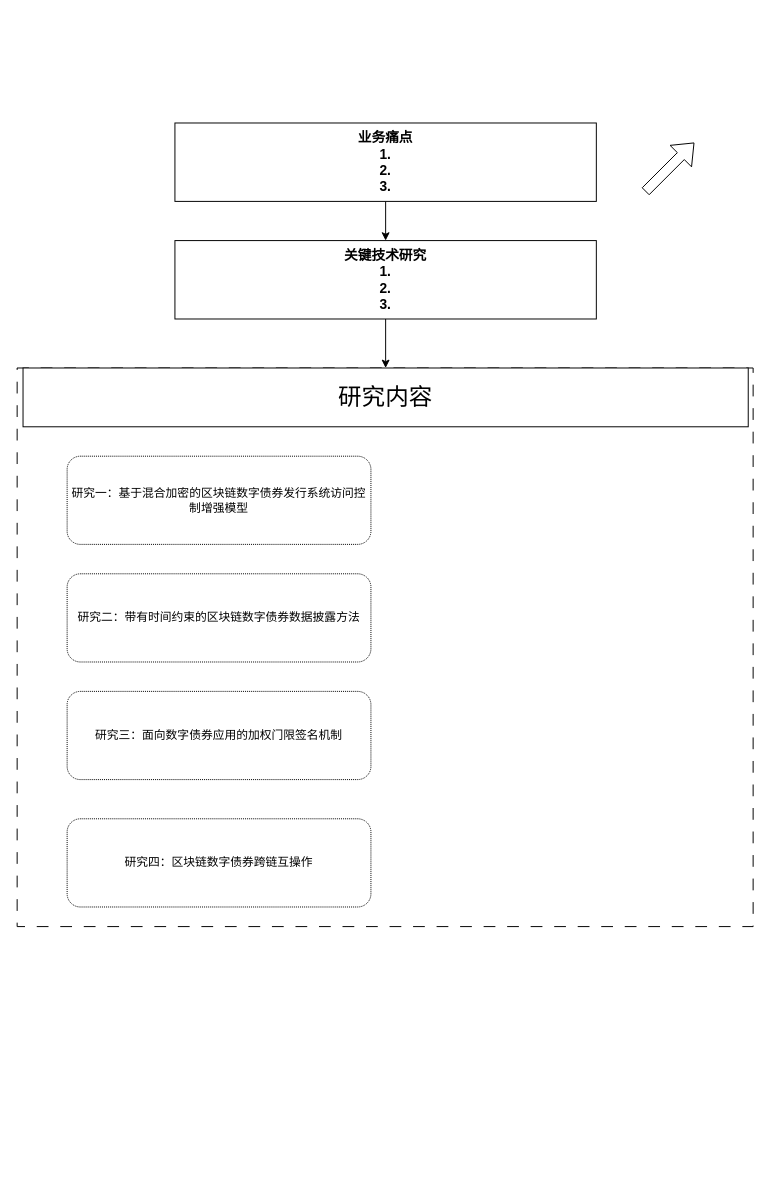
This is 未命名绘图.drawio from ldwaiwai/learn-chaincode, a draw.io file, before an edit. Source tidied: cells renumbered, new cells numbered last; positions are measured from the earlier drawing's top-left corner, leaving out a move shared by most shapes. Both pictures are drawn from the tidied source at 98%, with x=0, y=0 at pixel (17, 122).
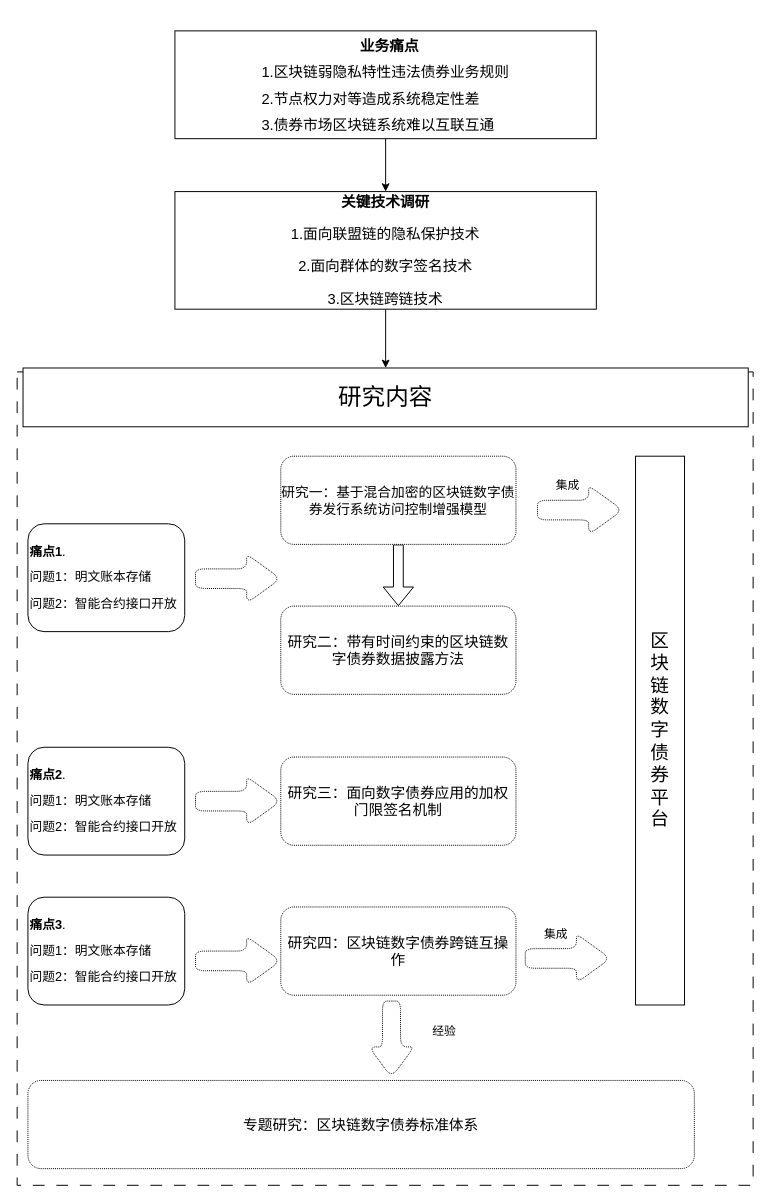
Above is the later version.

Commit message:
更新未命名绘图.drawio

The edit, as a diff of the source:
```diff
@@
-    <mxCell id="3" value="&lt;b&gt;&lt;font style=&quot;font-size: 14px;&quot;&gt;业务痛点&lt;br&gt;1.&lt;br&gt;2.&lt;br&gt;3.&lt;br&gt;&lt;/font&gt;&lt;/b&gt;" style="rounded=0;whiteSpace=wrap;html=1;" parent="1" vertex="1">
-      <mxGeometry x="161" width="430" height="80" as="geometry" />
+    <mxCell id="3" value="&lt;p style=&quot;line-height: 190%;&quot;&gt;&lt;/p&gt;&lt;div style=&quot;line-height: 180%;&quot;&gt;&lt;b style=&quot;background-color: initial;&quot;&gt;&amp;nbsp; 业务痛点&lt;/b&gt;&lt;/div&gt;&lt;div style=&quot;text-align: justify; line-height: 180%;&quot;&gt;&lt;span style=&quot;background-color: initial;&quot;&gt;1.区块链弱隐私特性违法债券业务规则&lt;/span&gt;&lt;/div&gt;&lt;div style=&quot;text-align: justify; line-height: 180%;&quot;&gt;&lt;span style=&quot;background-color: initial;&quot;&gt;2.节点权力对等造成系统稳定性差&lt;/span&gt;&lt;/div&gt;&lt;div style=&quot;text-align: justify; line-height: 180%;&quot;&gt;&lt;span style=&quot;background-color: initial;&quot;&gt;3.债券市场区块链系统难以互联互通&lt;/span&gt;&lt;/div&gt;&lt;p&gt;&lt;/p&gt;" style="rounded=0;whiteSpace=wrap;html=1;align=center;fontSize=15;spacing=6;" parent="1" vertex="1">
+      <mxGeometry x="161" y="-94" width="430" height="110" as="geometry" />
     </mxCell>
@@
-    <mxCell id="5" value="&lt;b&gt;&lt;font style=&quot;font-size: 14px;&quot;&gt;关键技术研究&lt;br&gt;1.&lt;br&gt;2.&lt;br&gt;3.&lt;br&gt;&lt;/font&gt;&lt;/b&gt;" style="rounded=0;whiteSpace=wrap;html=1;" parent="1" vertex="1">
-      <mxGeometry x="161" y="120" width="430" height="80" as="geometry" />
+    <mxCell id="5" value="&lt;p style=&quot;line-height: 120%;&quot;&gt;&lt;font style=&quot;font-size: 15px;&quot;&gt;&lt;b&gt;关键技术调研&lt;/b&gt;&lt;/font&gt;&lt;/p&gt;&lt;p style=&quot;line-height: 120%;&quot;&gt;&lt;span style=&quot;background-color: initial;&quot;&gt;1.面向联盟链的隐私保护技术&lt;/span&gt;&lt;/p&gt;&lt;p style=&quot;line-height: 120%;&quot;&gt;&lt;span style=&quot;background-color: initial; text-align: justify;&quot;&gt;2.面向群体的数字签名技术&lt;/span&gt;&lt;/p&gt;&lt;p style=&quot;line-height: 120%;&quot;&gt;&lt;span style=&quot;background-color: initial; text-align: justify;&quot;&gt;3.区块链跨链技术&lt;/span&gt;&lt;/p&gt;&lt;p&gt;&lt;/p&gt;" style="rounded=0;whiteSpace=wrap;html=1;fontSize=15;" parent="1" vertex="1">
+      <mxGeometry x="161" y="70" width="430" height="120" as="geometry" />
     </mxCell>
     <mxCell id="6" style="rounded=0;whiteSpace=wrap;html=1;dashed=1;dashPattern=12 12;" parent="1" vertex="1">
-      <mxGeometry y="250" width="751" height="570" as="geometry" />
+      <mxGeometry y="254" width="751" height="830" as="geometry" />
     </mxCell>
@@
-    <mxCell id="8" style="shape=flexArrow;endArrow=classic;html=1;rounded=0;" parent="1" edge="1">
-      <mxGeometry relative="1" as="geometry">
-        <mxPoint x="641" y="70" as="sourcePoint" />
-        <mxPoint x="691" y="20" as="targetPoint" />
-      </mxGeometry>
+    <mxCell id="8" style="shape=flexArrow;endArrow=classic;html=1;rounded=0;exitX=0.5;exitY=1;exitDx=0;exitDy=0;" parent="1" edge="1" source="9" target="10">
+      <mxGeometry relative="1" as="geometry" />
     </mxCell>
-    <mxCell id="9" value="研究一：基于混合加密的区块链数字债券发行系统访问控制增强模型" style="rounded=1;whiteSpace=wrap;html=1;dashed=1;dashPattern=1 1;" parent="1" vertex="1">
-      <mxGeometry x="51" y="340" width="310" height="90" as="geometry" />
+    <mxCell id="9" value="研究一：基于混合加密的区块链数字债券发行系统访问控制增强模型" style="rounded=1;whiteSpace=wrap;html=1;dashed=1;dashPattern=1 1;fontSize=14;" parent="1" vertex="1">
+      <mxGeometry x="269" y="340" width="240" height="90" as="geometry" />
     </mxCell>
-    <mxCell id="10" value="研究二：带有时间约束的区块链数字债券数据披露方法" style="rounded=1;whiteSpace=wrap;html=1;dashed=1;dashPattern=1 1;" parent="1" vertex="1">
-      <mxGeometry x="51" y="460" width="310" height="90" as="geometry" />
+    <mxCell id="10" value="研究二：带有时间约束的区块链数字债券数据披露方法" style="rounded=1;whiteSpace=wrap;html=1;dashed=1;dashPattern=1 1;fontSize=15;" parent="1" vertex="1">
+      <mxGeometry x="269" y="493" width="240" height="90" as="geometry" />
     </mxCell>
-    <mxCell id="11" value="研究三：面向数字债券应用的加权门限签名机制" style="rounded=1;whiteSpace=wrap;html=1;dashed=1;dashPattern=1 1;" parent="1" vertex="1">
-      <mxGeometry x="51" y="580" width="310" height="90" as="geometry" />
+    <mxCell id="11" value="研究三：面向数字债券应用的加权门限签名机制" style="rounded=1;whiteSpace=wrap;html=1;dashed=1;dashPattern=1 1;fontSize=15;" parent="1" vertex="1">
+      <mxGeometry x="269" y="647" width="240" height="90" as="geometry" />
     </mxCell>
-    <mxCell id="12" value="研究四：区块链数字债券跨链互操作" style="rounded=1;whiteSpace=wrap;html=1;dashed=1;dashPattern=1 1;" parent="1" vertex="1">
-      <mxGeometry x="51" y="710" width="310" height="90" as="geometry" />
+    <mxCell id="12" value="研究四：区块链数字债券跨链互操作" style="rounded=1;whiteSpace=wrap;html=1;dashed=1;dashPattern=1 1;fontSize=15;" parent="1" vertex="1">
+      <mxGeometry x="269" y="800" width="240" height="90" as="geometry" />
     </mxCell>
+    <mxCell id="13" value="&lt;p style=&quot;line-height: 220%;&quot;&gt;&lt;font style=&quot;font-size: 13px;&quot;&gt;&lt;b&gt;痛点1&lt;/b&gt;.&lt;br&gt;问题1：明文账本存储&lt;br&gt;问题2：智能合约接口开放&lt;/font&gt;&lt;/p&gt;" style="rounded=1;whiteSpace=wrap;html=1;align=left;" parent="1" vertex="1">
+      <mxGeometry x="11" y="409" width="160" height="110" as="geometry" />
+    </mxCell>
+    <mxCell id="14" value="&lt;font style=&quot;font-size: 19px;&quot;&gt;区&lt;br&gt;块&lt;br&gt;链&lt;br&gt;数&lt;br&gt;字&lt;br&gt;债&lt;br&gt;券&lt;br&gt;平&lt;br&gt;台&lt;/font&gt;" style="rounded=0;whiteSpace=wrap;html=1;" parent="1" vertex="1">
+      <mxGeometry x="631" y="340" width="50" height="560" as="geometry" />
+    </mxCell>
+    <mxCell id="15" value="&lt;p style=&quot;line-height: 220%;&quot;&gt;&lt;font style=&quot;font-size: 13px;&quot;&gt;&lt;b&gt;痛点2&lt;/b&gt;.&lt;br&gt;问题1：明文账本存储&lt;br&gt;问题2：智能合约接口开放&lt;/font&gt;&lt;/p&gt;" style="rounded=1;whiteSpace=wrap;html=1;align=left;" parent="1" vertex="1">
+      <mxGeometry x="11" y="637" width="160" height="110" as="geometry" />
+    </mxCell>
+    <mxCell id="16" value="&lt;p style=&quot;line-height: 220%;&quot;&gt;&lt;font style=&quot;font-size: 13px;&quot;&gt;&lt;b&gt;痛点3&lt;/b&gt;.&lt;br&gt;问题1：明文账本存储&lt;br&gt;问题2：智能合约接口开放&lt;/font&gt;&lt;/p&gt;" style="rounded=1;whiteSpace=wrap;html=1;align=left;" parent="1" vertex="1">
+      <mxGeometry x="11" y="790" width="160" height="110" as="geometry" />
+    </mxCell>
+    <mxCell id="17" style="shape=singleArrow;whiteSpace=wrap;html=1;arrowWidth=0.4;arrowSize=0.4;rounded=1;dashed=1;dashPattern=1 1;" parent="1" vertex="1">
+      <mxGeometry x="531" y="370" width="87" height="50" as="geometry" />
+    </mxCell>
+    <mxCell id="18" value="集成" style="rounded=0;whiteSpace=wrap;html=1;fillColor=none;strokeColor=none;" parent="1" vertex="1">
+      <mxGeometry x="537" y="355" width="50" height="30" as="geometry" />
+    </mxCell>
+    <mxCell id="19" style="shape=singleArrow;whiteSpace=wrap;html=1;arrowWidth=0.4;arrowSize=0.4;rounded=1;dashed=1;dashPattern=1 1;" parent="1" vertex="1">
+      <mxGeometry x="182" y="440" width="87" height="50" as="geometry" />
+    </mxCell>
+    <mxCell id="20" style="shape=singleArrow;whiteSpace=wrap;html=1;arrowWidth=0.4;arrowSize=0.4;rounded=1;dashed=1;dashPattern=1 1;" parent="1" vertex="1">
+      <mxGeometry x="182" y="667" width="87" height="50" as="geometry" />
+    </mxCell>
+    <mxCell id="21" style="shape=singleArrow;whiteSpace=wrap;html=1;arrowWidth=0.4;arrowSize=0.4;rounded=1;dashed=1;dashPattern=1 1;" parent="1" vertex="1">
+      <mxGeometry x="182" y="830" width="87" height="50" as="geometry" />
+    </mxCell>
+    <mxCell id="22" style="shape=singleArrow;whiteSpace=wrap;html=1;arrowWidth=0.4;arrowSize=0.4;rounded=1;dashed=1;dashPattern=1 1;" parent="1" vertex="1">
+      <mxGeometry x="518.5" y="827.5" width="87" height="50" as="geometry" />
+    </mxCell>
+    <mxCell id="23" value="集成" style="rounded=0;whiteSpace=wrap;html=1;fillColor=none;strokeColor=none;" parent="1" vertex="1">
+      <mxGeometry x="524.5" y="812.5" width="50" height="30" as="geometry" />
+    </mxCell>
+    <mxCell id="24" value="&lt;font style=&quot;font-size: 15px;&quot;&gt;专题研究：区块链数字债券标准体系&lt;/font&gt;" style="rounded=1;whiteSpace=wrap;html=1;dashed=1;dashPattern=1 1;" parent="1" vertex="1">
+      <mxGeometry x="11" y="977" width="680" height="90" as="geometry" />
+    </mxCell>
+    <mxCell id="25" style="shape=singleArrow;whiteSpace=wrap;html=1;arrowWidth=0.4;arrowSize=0.4;rounded=1;dashed=1;dashPattern=1 1;rotation=90;" parent="1" vertex="1">
+      <mxGeometry x="343" y="912" width="78" height="46" as="geometry" />
+    </mxCell>
+    <mxCell id="26" value="经验" style="rounded=0;whiteSpace=wrap;html=1;fillColor=none;strokeColor=none;" parent="1" vertex="1">
+      <mxGeometry x="411" y="912" width="50" height="30" as="geometry" />
+    </mxCell>
```
